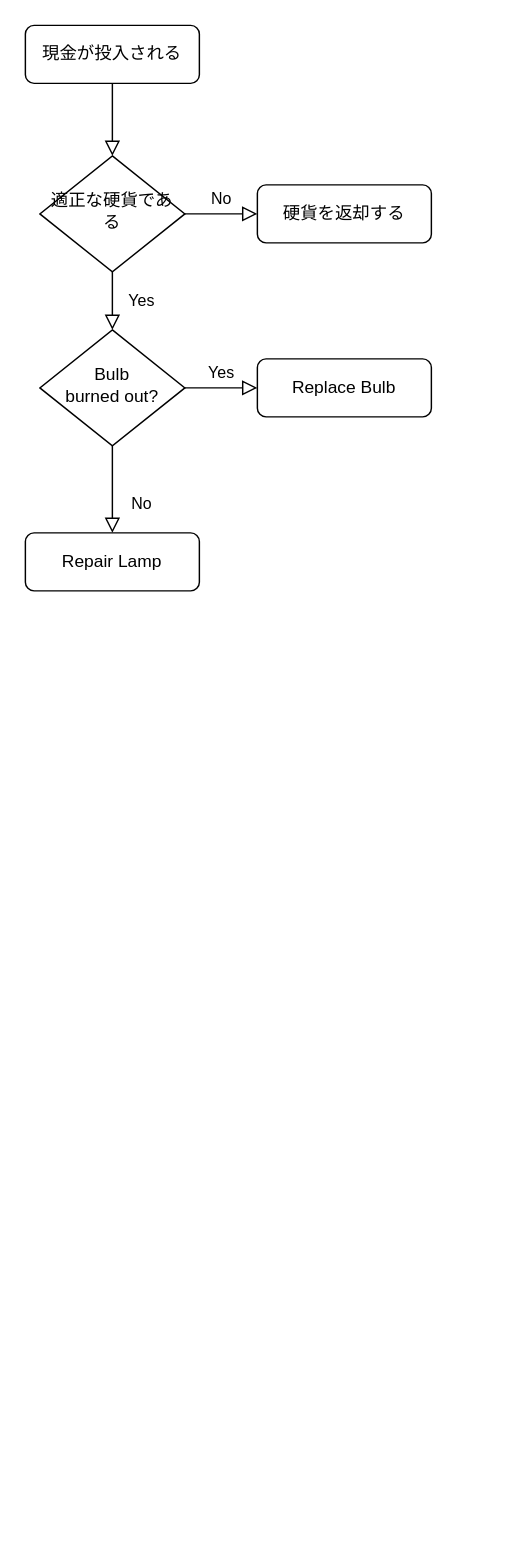
Above: Untitled Diagram.drawio in kaito-goma/kaito-goma.github.io (draw.io), before the change. Source tidied: cells renumbered, new cells numbered last; positions are measured from the earlier drawing's top-left corner, leaving out a move shared by most shapes. Both pictures are drawn from the tidied source at 145%, with x=0, y=0 at pixel (25, 25).
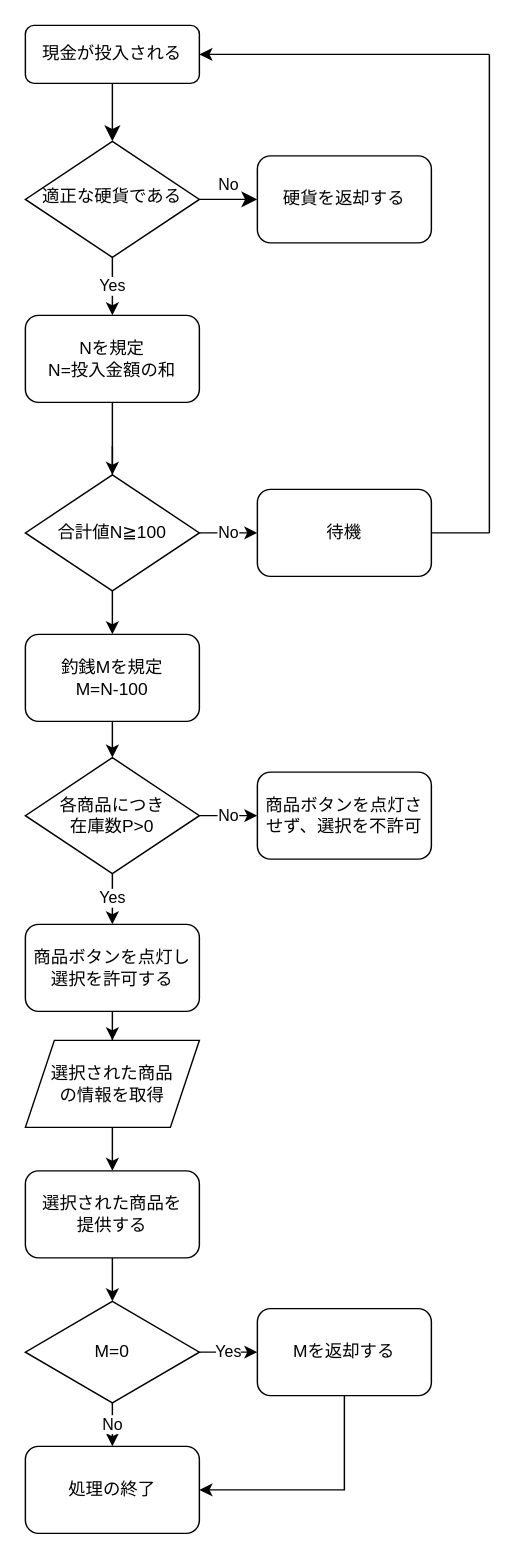
After the change.

Unchanged cells that the change refers to:
```xml
<mxCell id="3" value="現金が投入される" style="rounded=1;whiteSpace=wrap;html=1;fontSize=12;glass=0;strokeWidth=1;shadow=0;" parent="1" vertex="1">
  <mxGeometry width="120" height="40" as="geometry" />
</mxCell>
```

What changed in the source:
```diff
@@
-    <mxCell id="2" style="rounded=0;html=1;jettySize=auto;fontSize=11;endArrow=block;endFill=0;endSize=8;strokeWidth=1;shadow=0;labelBackgroundColor=none;edgeStyle=orthogonalEdgeStyle;" parent="1" edge="1" source="3" target="6">
+    <mxCell id="2" style="rounded=0;html=1;jettySize=auto;fontSize=11;endArrow=classic;endFill=1;endSize=8;strokeWidth=1;shadow=0;labelBackgroundColor=none;edgeStyle=orthogonalEdgeStyle;" parent="1" edge="1" source="3" target="6">
       <mxGeometry relative="1" as="geometry" />
     </mxCell>
@@
-    <mxCell id="4" value="Yes" style="rounded=0;html=1;jettySize=auto;fontSize=11;endArrow=block;endFill=0;endSize=8;strokeWidth=1;shadow=0;labelBackgroundColor=none;edgeStyle=orthogonalEdgeStyle;" parent="1" edge="1" source="6" target="10">
-      <mxGeometry y="20" relative="1" as="geometry" />
-    </mxCell>
-    <mxCell id="5" value="No" style="edgeStyle=orthogonalEdgeStyle;rounded=0;html=1;jettySize=auto;fontSize=11;endArrow=block;endFill=0;endSize=8;strokeWidth=1;shadow=0;labelBackgroundColor=none;" parent="1" edge="1" source="6" target="7">
+    <mxCell id="5" value="No" style="edgeStyle=orthogonalEdgeStyle;rounded=0;html=1;jettySize=auto;fontSize=11;endArrow=classic;endFill=1;endSize=8;strokeWidth=1;shadow=0;labelBackgroundColor=none;" parent="1" edge="1" source="6" target="7">
       <mxGeometry y="10" relative="1" as="geometry" />
     </mxCell>
+    <mxCell id="13" value="Yes" style="edgeStyle=orthogonalEdgeStyle;rounded=0;jettySize=auto;html=1;endArrow=classic;endFill=1;" parent="1" edge="1" source="6">
+      <mxGeometry relative="1" as="geometry">
+        <mxPoint x="60" y="200" as="targetPoint" />
+      </mxGeometry>
+    </mxCell>
+    <mxCell id="7" value="硬貨を返却する" style="rounded=1;whiteSpace=wrap;html=1;fontSize=12;glass=0;strokeWidth=1;shadow=0;" parent="1" vertex="1">
+      <mxGeometry x="160" y="90" width="120" height="60" as="geometry" />
+    </mxCell>
     <mxCell id="6" value="適正な硬貨である" style="rhombus;whiteSpace=wrap;html=1;shadow=0;fontFamily=Helvetica;fontSize=12;align=center;strokeWidth=1;spacing=6;spacingTop=-4;" parent="1" vertex="1">
-      <mxGeometry x="10" y="90" width="100" height="80" as="geometry" />
+      <mxGeometry y="80" width="120" height="80" as="geometry" />
     </mxCell>
-    <mxCell id="7" value="硬貨を返却する" style="rounded=1;whiteSpace=wrap;html=1;fontSize=12;glass=0;strokeWidth=1;shadow=0;" parent="1" vertex="1">
-      <mxGeometry x="160" y="110" width="120" height="40" as="geometry" />
-    </mxCell>
-    <mxCell id="8" value="No" style="rounded=0;html=1;jettySize=auto;fontSize=11;endArrow=block;endFill=0;endSize=8;strokeWidth=1;shadow=0;labelBackgroundColor=none;edgeStyle=orthogonalEdgeStyle;" parent="1" edge="1" source="10" target="11">
-      <mxGeometry x="0.33" y="20" relative="1" as="geometry" />
-    </mxCell>
-    <mxCell id="9" value="Yes" style="edgeStyle=orthogonalEdgeStyle;rounded=0;html=1;jettySize=auto;fontSize=11;endArrow=block;endFill=0;endSize=8;strokeWidth=1;shadow=0;labelBackgroundColor=none;" parent="1" edge="1" source="10" target="12">
-      <mxGeometry y="10" relative="1" as="geometry">
-        <Array as="points">
-          <mxPoint x="140" y="250" />
-          <mxPoint x="140" y="250" />
-        </Array>
-      </mxGeometry>
-    </mxCell>
-    <mxCell id="10" value="Bulb&lt;br&gt;burned out?" style="rhombus;whiteSpace=wrap;html=1;shadow=0;fontFamily=Helvetica;fontSize=12;align=center;strokeWidth=1;spacing=6;spacingTop=-4;" parent="1" vertex="1">
-      <mxGeometry x="10" y="210" width="100" height="80" as="geometry" />
-    </mxCell>
-    <mxCell id="11" value="Repair Lamp" style="rounded=1;whiteSpace=wrap;html=1;fontSize=12;glass=0;strokeWidth=1;shadow=0;" parent="1" vertex="1">
-      <mxGeometry y="350" width="120" height="40" as="geometry" />
-    </mxCell>
-    <mxCell id="12" value="Replace Bulb" style="rounded=1;whiteSpace=wrap;html=1;fontSize=12;glass=0;strokeWidth=1;shadow=0;" parent="1" vertex="1">
-      <mxGeometry x="160" y="230" width="120" height="40" as="geometry" />
-    </mxCell>
+    <mxCell id="14" style="edgeStyle=orthogonalEdgeStyle;rounded=0;orthogonalLoop=1;jettySize=auto;html=1;exitX=0.5;exitY=0;exitDx=0;exitDy=0;endArrow=classic;endFill=1;" parent="1" edge="1">
+      <mxGeometry relative="1" as="geometry">
+        <mxPoint x="60" y="290" as="sourcePoint" />
+        <mxPoint x="60" y="290" as="targetPoint" />
+      </mxGeometry>
+    </mxCell>
+    <mxCell id="15" style="endArrow=classic;html=1;rounded=0;entryX=1;entryY=0.5;entryDx=0;entryDy=0;strokeColor=none;" parent="1" edge="1" target="3">
+      <mxGeometry relative="1" as="geometry">
+        <mxPoint x="320" y="20" as="sourcePoint" />
+      </mxGeometry>
+    </mxCell>
+    <mxCell id="16" value="待機" style="rounded=1;whiteSpace=wrap;html=1;" parent="1" vertex="1">
+      <mxGeometry x="160" y="320" width="120" height="60" as="geometry" />
+    </mxCell>
+    <mxCell id="17" style="endArrow=none;html=1;rounded=0;" parent="1" edge="1">
+      <mxGeometry relative="1" as="geometry">
+        <mxPoint x="320" y="350" as="sourcePoint" />
+        <mxPoint x="320" y="20" as="targetPoint" />
+      </mxGeometry>
+    </mxCell>
+    <mxCell id="18" style="endArrow=classic;html=1;rounded=0;" parent="1" edge="1">
+      <mxGeometry relative="1" as="geometry">
+        <mxPoint x="320" y="20" as="sourcePoint" />
+        <mxPoint x="120" y="20" as="targetPoint" />
+      </mxGeometry>
+    </mxCell>
+    <mxCell id="19" value="Yes" style="edgeStyle=orthogonalEdgeStyle;rounded=0;jettySize=auto;html=1;endArrow=classic;endFill=1;entryX=0.5;entryY=0;entryDx=0;entryDy=0;" parent="1" edge="1" source="21" target="34">
+      <mxGeometry relative="1" as="geometry" />
+    </mxCell>
+    <mxCell id="20" value="No" style="edgeStyle=orthogonalEdgeStyle;rounded=0;jettySize=auto;html=1;endArrow=classic;endFill=1;" parent="1" edge="1" source="21" target="22">
+      <mxGeometry relative="1" as="geometry" />
+    </mxCell>
+    <mxCell id="21" value="各商品につき&lt;br&gt;在庫数P&amp;gt;0" style="rhombus;whiteSpace=wrap;html=1;" parent="1" vertex="1">
+      <mxGeometry y="505" width="120" height="80" as="geometry" />
+    </mxCell>
+    <mxCell id="22" value="商品ボタンを点灯させず、選択を不許可" style="rounded=1;whiteSpace=wrap;html=1;" parent="1" vertex="1">
+      <mxGeometry x="160" y="515" width="120" height="60" as="geometry" />
+    </mxCell>
+    <mxCell id="23" style="edgeStyle=orthogonalEdgeStyle;rounded=0;orthogonalLoop=1;jettySize=auto;html=1;exitX=0.5;exitY=0;exitDx=0;exitDy=0;endArrow=classic;endFill=1;" parent="1" edge="1">
+      <mxGeometry relative="1" as="geometry">
+        <mxPoint x="60" y="290" as="sourcePoint" />
+        <mxPoint x="60" y="290" as="targetPoint" />
+      </mxGeometry>
+    </mxCell>
+    <mxCell id="24" value="No" style="edgeStyle=orthogonalEdgeStyle;rounded=0;jettySize=auto;html=1;endArrow=classic;endFill=1;" parent="1" edge="1" source="26" target="16">
+      <mxGeometry relative="1" as="geometry" />
+    </mxCell>
+    <mxCell id="25" style="edgeStyle=orthogonalEdgeStyle;rounded=0;jettySize=auto;html=1;endArrow=classic;endFill=1;" parent="1" edge="1" source="26" target="32">
+      <mxGeometry relative="1" as="geometry" />
+    </mxCell>
+    <mxCell id="26" value="合計値N≧100" style="rhombus;whiteSpace=wrap;html=1;" parent="1" vertex="1">
+      <mxGeometry y="310" width="120" height="80" as="geometry" />
+    </mxCell>
+    <mxCell id="27" style="edgeStyle=orthogonalEdgeStyle;rounded=0;jettySize=auto;html=1;entryX=0.5;entryY=0;entryDx=0;entryDy=0;endArrow=none;" parent="1" edge="1" target="26">
+      <mxGeometry relative="1" as="geometry">
+        <mxPoint x="60" y="290" as="sourcePoint" />
+      </mxGeometry>
+    </mxCell>
+    <mxCell id="28" style="endArrow=none;html=1;rounded=0;exitX=1;exitY=0.5;exitDx=0;exitDy=0;" parent="1" edge="1" source="16">
+      <mxGeometry relative="1" as="geometry">
+        <mxPoint x="320" y="350" as="targetPoint" />
+      </mxGeometry>
+    </mxCell>
+    <mxCell id="29" style="edgeStyle=orthogonalEdgeStyle;rounded=0;jettySize=auto;html=1;endArrow=classic;endFill=1;" parent="1" edge="1" source="30" target="26">
+      <mxGeometry relative="1" as="geometry" />
+    </mxCell>
+    <mxCell id="30" value="Nを規定&lt;br&gt;N=投入金額の和" style="rounded=1;whiteSpace=wrap;html=1;" parent="1" vertex="1">
+      <mxGeometry y="200" width="120" height="60" as="geometry" />
+    </mxCell>
+    <mxCell id="31" style="edgeStyle=orthogonalEdgeStyle;rounded=0;jettySize=auto;html=1;endArrow=classic;endFill=1;" parent="1" edge="1" source="32" target="21">
+      <mxGeometry relative="1" as="geometry" />
+    </mxCell>
+    <mxCell id="32" value="釣銭Mを規定&lt;br&gt;M=N-100" style="rounded=1;whiteSpace=wrap;html=1;" parent="1" vertex="1">
+      <mxGeometry y="420" width="120" height="60" as="geometry" />
+    </mxCell>
+    <mxCell id="33" style="edgeStyle=orthogonalEdgeStyle;rounded=0;jettySize=auto;html=1;endArrow=classic;endFill=1;" parent="1" edge="1" source="34" target="36">
+      <mxGeometry relative="1" as="geometry" />
+    </mxCell>
+    <mxCell id="34" value="商品ボタンを点灯し&lt;br&gt;選択を許可する" style="rounded=1;whiteSpace=wrap;html=1;" parent="1" vertex="1">
+      <mxGeometry y="620" width="120" height="60" as="geometry" />
+    </mxCell>
+    <mxCell id="35" style="edgeStyle=orthogonalEdgeStyle;rounded=0;jettySize=auto;html=1;endArrow=classic;endFill=1;" parent="1" edge="1" source="36" target="38">
+      <mxGeometry relative="1" as="geometry" />
+    </mxCell>
+    <mxCell id="36" value="選択された商品&lt;br&gt;の情報を取得" style="shape=parallelogram;perimeter=parallelogramPerimeter;whiteSpace=wrap;html=1;fixedSize=1;" parent="1" vertex="1">
+      <mxGeometry y="700" width="120" height="60" as="geometry" />
+    </mxCell>
+    <mxCell id="37" style="edgeStyle=orthogonalEdgeStyle;rounded=0;jettySize=auto;html=1;endArrow=classic;endFill=1;" parent="1" edge="1" source="38" target="42">
+      <mxGeometry relative="1" as="geometry" />
+    </mxCell>
+    <mxCell id="38" value="選択された商品を&lt;br&gt;提供する" style="rounded=1;whiteSpace=wrap;html=1;" parent="1" vertex="1">
+      <mxGeometry y="790" width="120" height="60" as="geometry" />
+    </mxCell>
+    <mxCell id="39" value="処理の終了" style="rounded=1;whiteSpace=wrap;html=1;" parent="1" vertex="1">
+      <mxGeometry y="980" width="120" height="60" as="geometry" />
+    </mxCell>
+    <mxCell id="40" value="Yes" style="edgeStyle=orthogonalEdgeStyle;rounded=0;jettySize=auto;html=1;endArrow=classic;endFill=1;" parent="1" edge="1" source="42" target="44">
+      <mxGeometry relative="1" as="geometry" />
+    </mxCell>
+    <mxCell id="41" value="No" style="edgeStyle=orthogonalEdgeStyle;rounded=0;jettySize=auto;html=1;endArrow=classic;endFill=1;" parent="1" edge="1" source="42" target="39">
+      <mxGeometry relative="1" as="geometry" />
+    </mxCell>
+    <mxCell id="42" value="M=0" style="rhombus;whiteSpace=wrap;html=1;" parent="1" vertex="1">
+      <mxGeometry y="880" width="120" height="70" as="geometry" />
+    </mxCell>
+    <mxCell id="43" style="edgeStyle=orthogonalEdgeStyle;rounded=0;jettySize=auto;html=1;entryX=1;entryY=0.5;entryDx=0;entryDy=0;endArrow=classic;endFill=1;" parent="1" edge="1" source="44" target="39">
+      <mxGeometry relative="1" as="geometry">
+        <Array as="points">
+          <mxPoint x="220" y="1010" />
+        </Array>
+      </mxGeometry>
+    </mxCell>
+    <mxCell id="44" value="Mを返却する" style="rounded=1;whiteSpace=wrap;html=1;" parent="1" vertex="1">
+      <mxGeometry x="160" y="885" width="120" height="60" as="geometry" />
+    </mxCell>
```
